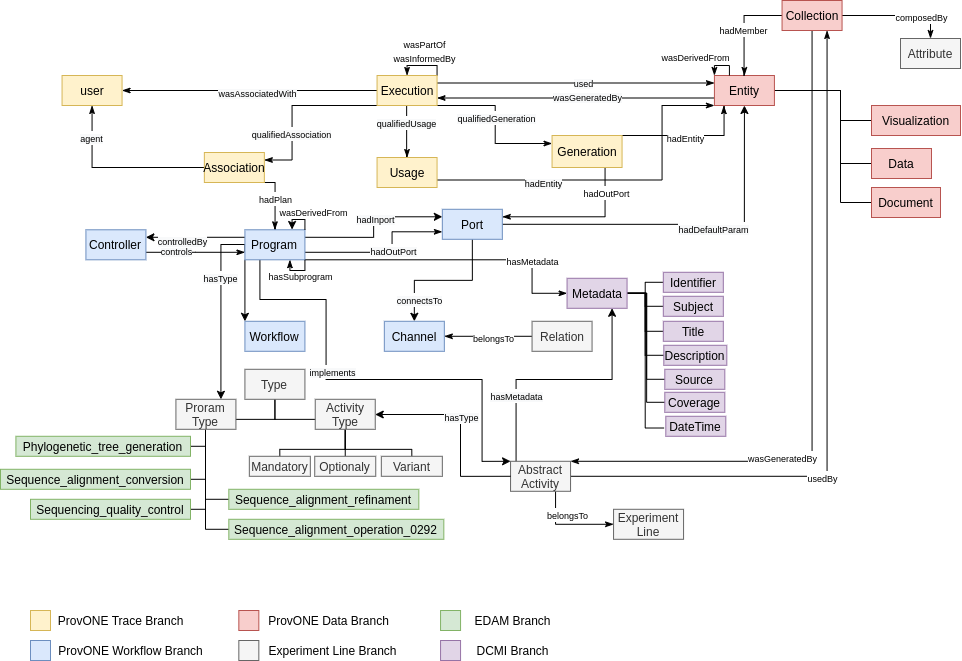
Above: img/ontoexpline.png in UFFeScience/OntoExpLine (draw.io), before the change. Source tidied: cells renumbered, new cells last; positions are measured from the earlier drawing's top-left corner, leaving out a move shared by most shapes.
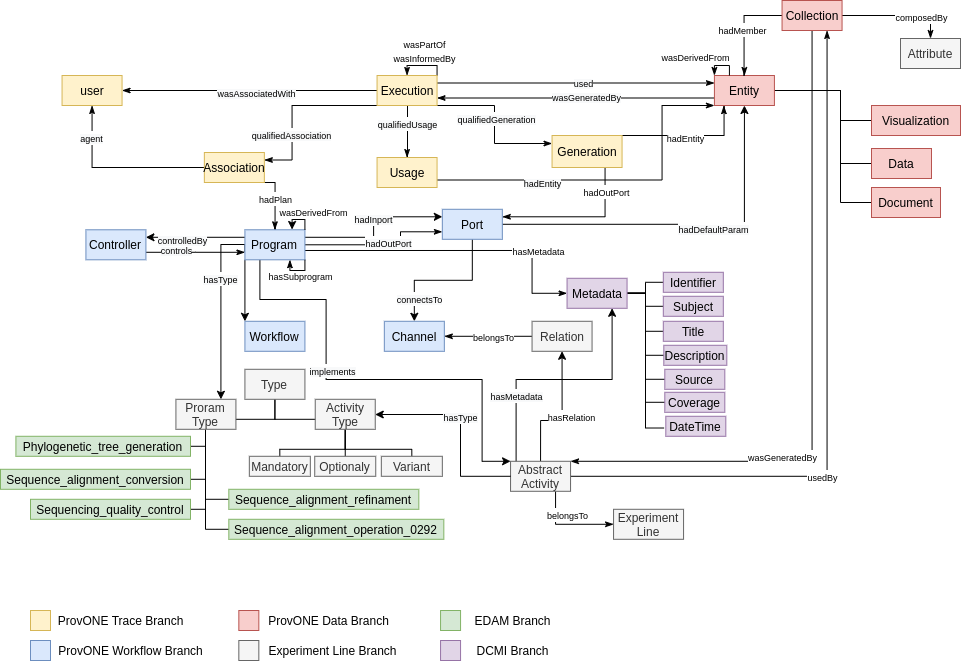
After the commit.

The edit, as a diff of the source:
```diff
@@ -181,9 +181,11 @@
     <mxCell id="42" value="&lt;span style=&quot;font-size: 9px ; background-color: rgb(248 , 249 , 250)&quot;&gt;hadInport&lt;/span&gt;" style="text;html=1;align=center;verticalAlign=middle;labelBackgroundColor=#ffffff;" parent="41" vertex="1">
       <mxGeometry x="0.13" y="-1" relative="1" as="geometry" />
     </mxCell>
-    <mxCell id="43" style="edgeStyle=elbowEdgeStyle;rounded=0;jettySize=auto;html=1;exitX=1;exitY=0.75;exitDx=0;exitDy=0;entryX=0;entryY=0.75;entryDx=0;entryDy=0;endArrow=classicThin;endFill=1;" parent="1" edge="1" source="47" target="50">
+    <mxCell id="43" style="edgeStyle=elbowEdgeStyle;rounded=0;jettySize=auto;html=1;exitX=1;exitY=0.5;exitDx=0;exitDy=0;entryX=0;entryY=0.75;entryDx=0;entryDy=0;endArrow=classicThin;endFill=1;" parent="1" edge="1" source="47" target="50">
       <mxGeometry relative="1" as="geometry">
         <Array as="points">
+          <mxPoint x="400" y="240" />
+          <mxPoint x="320" y="244" />
           <mxPoint x="391.6" y="244" />
         </Array>
       </mxGeometry>
@@ -193,7 +195,7 @@
         <mxPoint x="7.6" y="10" as="offset" />
       </mxGeometry>
     </mxCell>
-    <mxCell id="45" style="edgeStyle=elbowEdgeStyle;rounded=0;jettySize=auto;html=1;exitX=1;exitY=1;exitDx=0;exitDy=0;endArrow=classicThin;endFill=1;" parent="1" edge="1" source="47" target="95">
+    <mxCell id="45" style="edgeStyle=elbowEdgeStyle;rounded=0;jettySize=auto;html=1;exitX=1;exitY=0.69;exitDx=0;exitDy=0;endArrow=classicThin;endFill=1;exitPerimeter=0;" parent="1" edge="1" source="47" target="95">
       <mxGeometry relative="1" as="geometry">
         <Array as="points">
           <mxPoint x="531.6" y="275" />
@@ -480,6 +482,19 @@
         <mxPoint x="142.5" as="offset" />
       </mxGeometry>
     </mxCell>
+    <mxCell id="138" style="edgeStyle=orthogonalEdgeStyle;rounded=0;jettySize=auto;html=1;exitX=0.5;exitY=0;exitDx=0;exitDy=0;entryX=0.5;entryY=1;entryDx=0;entryDy=0;" parent="1" edge="1" source="102" target="70">
+      <mxGeometry relative="1" as="geometry">
+        <Array as="points">
+          <mxPoint x="540" y="420" />
+          <mxPoint x="562" y="420" />
+        </Array>
+      </mxGeometry>
+    </mxCell>
+    <mxCell id="139" value="&lt;font style=&quot;font-size: 9px&quot;&gt;hasRelation&lt;/font&gt;" style="text;html=1;align=center;verticalAlign=middle;labelBackgroundColor=#ffffff;" parent="138" vertex="1">
+      <mxGeometry x="0.27" relative="1" as="geometry">
+        <mxPoint x="8.5" y="16.5" as="offset" />
+      </mxGeometry>
+    </mxCell>
     <mxCell id="102" value="Abstract&lt;br&gt;Activity" style="rounded=0;whiteSpace=wrap;html=1;fillColor=#f5f5f5;strokeColor=#666666;fontColor=#333333;" parent="1" vertex="1">
       <mxGeometry x="510.1" y="460.8" width="60" height="30" as="geometry" />
     </mxCell>
```
